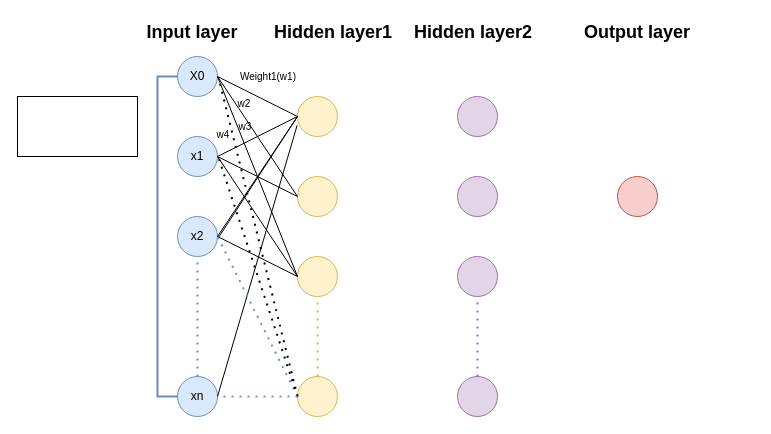
Above: Untitled Diagram.drawio in XuetingZhang/BiminghamWInnerSchool (draw.io), before the change. Source tidied: cells renumbered, new cells numbered last; positions are measured from the earlier drawing's top-left corner, leaving out a move shared by most shapes. Both pictures are drawn from the tidied source at 100%, with x=0, y=0 at pixel (17, 17).
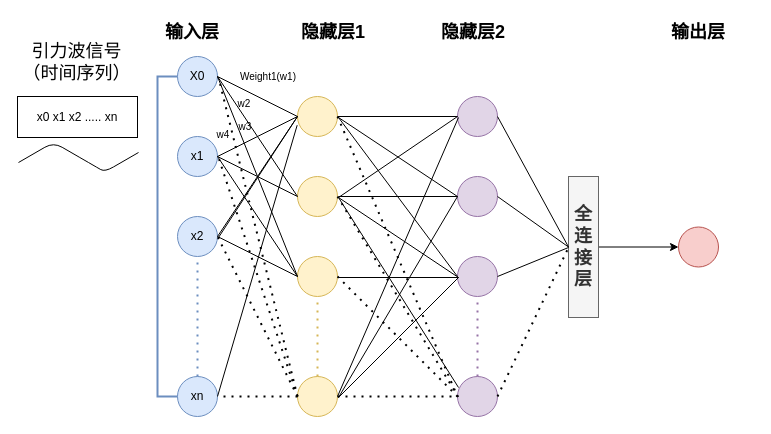
After the change.

The change refers to these unchanged cells:
```xml
<mxCell id="4" value="x2" style="ellipse;whiteSpace=wrap;html=1;fillColor=#dae8fc;strokeColor=#6c8ebf;" parent="1" vertex="1">
  <mxGeometry x="160" y="199" width="40" height="40" as="geometry" />
</mxCell>
<mxCell id="5" value="xn" style="ellipse;whiteSpace=wrap;html=1;fillColor=#dae8fc;strokeColor=#6c8ebf;" parent="1" vertex="1">
  <mxGeometry x="160" y="359" width="40" height="40" as="geometry" />
</mxCell>
<mxCell id="7" style="ellipse;whiteSpace=wrap;html=1;fillColor=#fff2cc;strokeColor=#d6b656;" parent="1" vertex="1">
  <mxGeometry x="280" y="159" width="40" height="40" as="geometry" />
</mxCell>
<mxCell id="8" style="ellipse;whiteSpace=wrap;html=1;fillColor=#fff2cc;strokeColor=#d6b656;" parent="1" vertex="1">
  <mxGeometry x="280" y="239" width="40" height="40" as="geometry" />
</mxCell>
<mxCell id="9" style="ellipse;whiteSpace=wrap;html=1;fillColor=#fff2cc;strokeColor=#d6b656;" parent="1" vertex="1">
  <mxGeometry x="280" y="359" width="40" height="40" as="geometry" />
</mxCell>
<mxCell id="10" style="ellipse;whiteSpace=wrap;html=1;fillColor=#e1d5e7;strokeColor=#9673a6;" parent="1" vertex="1">
  <mxGeometry x="440" y="159" width="40" height="40" as="geometry" />
</mxCell>
<mxCell id="11" style="ellipse;whiteSpace=wrap;html=1;fillColor=#e1d5e7;strokeColor=#9673a6;" parent="1" vertex="1">
  <mxGeometry x="440" y="239" width="40" height="40" as="geometry" />
</mxCell>
<mxCell id="12" style="ellipse;whiteSpace=wrap;html=1;fillColor=#e1d5e7;strokeColor=#9673a6;" parent="1" vertex="1">
  <mxGeometry x="440" y="359" width="40" height="40" as="geometry" />
</mxCell>
<mxCell id="13" style="ellipse;whiteSpace=wrap;html=1;fillColor=#e1d5e7;strokeColor=#9673a6;" parent="1" vertex="1">
  <mxGeometry x="440" y="79" width="40" height="40" as="geometry" />
</mxCell>
<mxCell id="14" style="ellipse;whiteSpace=wrap;html=1;fillColor=#fff2cc;strokeColor=#d6b656;" parent="1" vertex="1">
  <mxGeometry x="280" y="79" width="40" height="40" as="geometry" />
</mxCell>
```

The edit, as a diff of the source:
```diff
@@
     <mxCell id="17" style="ellipse;whiteSpace=wrap;html=1;fillColor=#f8cecc;strokeColor=#b85450;" parent="1" vertex="1">
-      <mxGeometry x="600" y="159" width="40" height="40" as="geometry" />
+      <mxGeometry x="661" y="209.5" width="40" height="40" as="geometry" />
     </mxCell>
-    <mxCell id="18" style="rounded=0;whiteSpace=wrap;html=1;shadow=0;glass=0;" parent="1" vertex="1">
-      <mxGeometry y="79" width="120" height="60" as="geometry" />
+    <mxCell id="18" value="x0 x1 x2 ..... xn" style="rounded=0;whiteSpace=wrap;html=1;shadow=0;glass=0;" parent="1" vertex="1">
+      <mxGeometry y="79" width="120" height="41" as="geometry" />
     </mxCell>
@@
-    <mxCell id="20" value="Input layer" style="text;html=1;strokeColor=none;fillColor=none;align=center;verticalAlign=middle;whiteSpace=wrap;rounded=0;shadow=0;glass=0;fontSize=18;fontStyle=1;" parent="1" vertex="1">
+    <mxCell id="20" value="输入层" style="text;html=1;strokeColor=none;fillColor=none;align=center;verticalAlign=middle;whiteSpace=wrap;rounded=0;shadow=0;glass=0;fontSize=18;fontStyle=1;" parent="1" vertex="1">
       <mxGeometry x="120" width="110" height="30" as="geometry" />
     </mxCell>
-    <mxCell id="21" value="Hidden layer1" style="text;html=1;strokeColor=none;fillColor=none;align=center;verticalAlign=middle;whiteSpace=wrap;rounded=0;shadow=0;glass=0;fontSize=18;fontStyle=1;" parent="1" vertex="1">
+    <mxCell id="21" value="隐藏层1" style="text;html=1;strokeColor=none;fillColor=none;align=center;verticalAlign=middle;whiteSpace=wrap;rounded=0;shadow=0;glass=0;fontSize=18;fontStyle=1;" parent="1" vertex="1">
       <mxGeometry x="251" width="130" height="30" as="geometry" />
     </mxCell>
-    <mxCell id="22" value="Hidden layer2" style="text;html=1;strokeColor=none;fillColor=none;align=center;verticalAlign=middle;whiteSpace=wrap;rounded=0;shadow=0;glass=0;fontSize=18;fontStyle=1;" parent="1" vertex="1">
+    <mxCell id="22" value="隐藏层2" style="text;html=1;strokeColor=none;fillColor=none;align=center;verticalAlign=middle;whiteSpace=wrap;rounded=0;shadow=0;glass=0;fontSize=18;fontStyle=1;" parent="1" vertex="1">
       <mxGeometry x="391" width="130" height="30" as="geometry" />
     </mxCell>
-    <mxCell id="23" value="Output layer" style="text;html=1;strokeColor=none;fillColor=none;align=center;verticalAlign=middle;whiteSpace=wrap;rounded=0;shadow=0;glass=0;fontSize=18;fontStyle=1;" parent="1" vertex="1">
-      <mxGeometry x="565" width="110" height="30" as="geometry" />
+    <mxCell id="23" value="输出层" style="text;html=1;strokeColor=none;fillColor=none;align=center;verticalAlign=middle;whiteSpace=wrap;rounded=0;shadow=0;glass=0;fontSize=18;fontStyle=1;" parent="1" vertex="1">
+      <mxGeometry x="626" width="110" height="30" as="geometry" />
     </mxCell>
@@
-    <mxCell id="31" style="endArrow=none;dashed=1;html=1;dashPattern=1 3;strokeWidth=2;fontSize=18;entryX=1;entryY=0.5;entryDx=0;entryDy=0;exitX=0;exitY=0.5;exitDx=0;exitDy=0;fillColor=#dae8fc;strokeColor=#6c8ebf;" parent="1" edge="1" source="9" target="4">
+    <mxCell id="31" style="endArrow=none;dashed=1;html=1;dashPattern=1 3;strokeWidth=2;fontSize=18;entryX=1;entryY=0.5;entryDx=0;entryDy=0;exitX=0;exitY=0.5;exitDx=0;exitDy=0;" parent="1" edge="1" source="9" target="4">
       <mxGeometry relative="1" as="geometry" />
     </mxCell>
@@
-    <mxCell id="37" style="endArrow=none;dashed=1;html=1;dashPattern=1 3;strokeWidth=2;fontSize=18;exitX=0;exitY=0.5;exitDx=0;exitDy=0;entryX=1;entryY=0.5;entryDx=0;entryDy=0;fillColor=#dae8fc;strokeColor=#6c8ebf;" parent="1" edge="1" source="9" target="5">
+    <mxCell id="37" style="endArrow=none;dashed=1;html=1;dashPattern=1 3;strokeWidth=2;fontSize=18;exitX=0;exitY=0.5;exitDx=0;exitDy=0;entryX=1;entryY=0.5;entryDx=0;entryDy=0;" parent="1" edge="1" source="9" target="5">
       <mxGeometry relative="1" as="geometry" />
     </mxCell>
@@
+    <mxCell id="42" style="edgeStyle=isometricEdgeStyle;endArrow=none;html=1;fontSize=10;" parent="1" edge="1">
+      <mxGeometry relative="1" as="geometry">
+        <mxPoint x="1" y="145" as="sourcePoint" />
+        <mxPoint x="121" y="135" as="targetPoint" />
+        <Array as="points">
+          <mxPoint x="71" y="145" />
+        </Array>
+      </mxGeometry>
+    </mxCell>
+    <mxCell id="43" value="&lt;font style=&quot;font-size: 18px&quot;&gt;引力波信号（时间序列）&lt;/font&gt;" style="text;html=1;strokeColor=none;fillColor=none;align=center;verticalAlign=middle;whiteSpace=wrap;rounded=0;shadow=0;glass=0;fontSize=10;" parent="1" vertex="1">
+      <mxGeometry y="20" width="119" height="49" as="geometry" />
+    </mxCell>
+    <mxCell id="44" style="endArrow=none;dashed=1;html=1;dashPattern=1 3;strokeWidth=2;fontSize=10;entryX=0;entryY=0.5;entryDx=0;entryDy=0;exitX=1;exitY=0.5;exitDx=0;exitDy=0;" parent="1" edge="1" source="14" target="12">
+      <mxGeometry relative="1" as="geometry" />
+    </mxCell>
+    <mxCell id="45" style="endArrow=none;dashed=1;html=1;dashPattern=1 3;strokeWidth=2;fontSize=10;exitX=1;exitY=0.5;exitDx=0;exitDy=0;" parent="1" edge="1" source="7">
+      <mxGeometry relative="1" as="geometry">
+        <mxPoint x="441" y="380" as="targetPoint" />
+      </mxGeometry>
+    </mxCell>
+    <mxCell id="46" style="endArrow=none;dashed=1;html=1;dashPattern=1 3;strokeWidth=2;fontSize=10;exitX=1;exitY=0.5;exitDx=0;exitDy=0;entryX=0;entryY=0.5;entryDx=0;entryDy=0;" parent="1" edge="1" source="8" target="12">
+      <mxGeometry relative="1" as="geometry" />
+    </mxCell>
+    <mxCell id="47" style="endArrow=none;dashed=1;html=1;dashPattern=1 3;strokeWidth=2;fontSize=10;exitX=1;exitY=0.5;exitDx=0;exitDy=0;entryX=0;entryY=0.5;entryDx=0;entryDy=0;" parent="1" edge="1" source="9" target="12">
+      <mxGeometry relative="1" as="geometry" />
+    </mxCell>
+    <mxCell id="48" style="endArrow=none;html=1;fontSize=10;entryX=0;entryY=0.5;entryDx=0;entryDy=0;exitX=1;exitY=0.5;exitDx=0;exitDy=0;" parent="1" edge="1" source="14" target="13">
+      <mxGeometry relative="1" as="geometry" />
+    </mxCell>
+    <mxCell id="49" style="endArrow=none;html=1;fontSize=10;entryX=0;entryY=0.5;entryDx=0;entryDy=0;" parent="1" edge="1" target="10">
+      <mxGeometry relative="1" as="geometry">
+        <mxPoint x="321" y="100" as="sourcePoint" />
+      </mxGeometry>
+    </mxCell>
+    <mxCell id="50" style="endArrow=none;html=1;fontSize=10;entryX=0;entryY=0.5;entryDx=0;entryDy=0;" parent="1" edge="1" target="11">
+      <mxGeometry relative="1" as="geometry">
+        <mxPoint x="321" y="100" as="sourcePoint" />
+      </mxGeometry>
+    </mxCell>
+    <mxCell id="51" style="endArrow=none;html=1;fontSize=10;entryX=0;entryY=0.5;entryDx=0;entryDy=0;" parent="1" edge="1" target="13">
+      <mxGeometry relative="1" as="geometry">
+        <mxPoint x="321" y="180" as="sourcePoint" />
+      </mxGeometry>
+    </mxCell>
+    <mxCell id="52" style="endArrow=none;html=1;fontSize=10;" parent="1" edge="1" target="10">
+      <mxGeometry relative="1" as="geometry">
+        <mxPoint x="321" y="179" as="sourcePoint" />
+      </mxGeometry>
+    </mxCell>
+    <mxCell id="53" style="endArrow=none;html=1;fontSize=10;" parent="1" edge="1">
+      <mxGeometry relative="1" as="geometry">
+        <mxPoint x="321" y="180" as="sourcePoint" />
+        <mxPoint x="441" y="260" as="targetPoint" />
+      </mxGeometry>
+    </mxCell>
+    <mxCell id="54" style="endArrow=none;html=1;fontSize=10;" parent="1" edge="1">
+      <mxGeometry relative="1" as="geometry">
+        <mxPoint x="321" y="180" as="sourcePoint" />
+        <mxPoint x="441" y="370" as="targetPoint" />
+      </mxGeometry>
+    </mxCell>
+    <mxCell id="55" style="endArrow=none;html=1;fontSize=10;" parent="1" edge="1">
+      <mxGeometry relative="1" as="geometry">
+        <mxPoint x="321" y="260" as="sourcePoint" />
+        <mxPoint x="441" y="260" as="targetPoint" />
+      </mxGeometry>
+    </mxCell>
+    <mxCell id="56" style="endArrow=none;html=1;fontSize=10;exitX=1;exitY=0.5;exitDx=0;exitDy=0;" parent="1" edge="1" source="9">
+      <mxGeometry relative="1" as="geometry">
+        <mxPoint x="441" y="100" as="targetPoint" />
+      </mxGeometry>
+    </mxCell>
+    <mxCell id="57" style="endArrow=none;html=1;fontSize=10;entryX=0;entryY=0.5;entryDx=0;entryDy=0;" parent="1" edge="1" target="10">
+      <mxGeometry relative="1" as="geometry">
+        <mxPoint x="321" y="380" as="sourcePoint" />
+      </mxGeometry>
+    </mxCell>
+    <mxCell id="58" style="endArrow=none;html=1;fontSize=10;" parent="1" edge="1">
+      <mxGeometry relative="1" as="geometry">
+        <mxPoint x="321" y="380" as="sourcePoint" />
+        <mxPoint x="441" y="260" as="targetPoint" />
+      </mxGeometry>
+    </mxCell>
+    <mxCell id="59" style="edgeStyle=orthogonalEdgeStyle;rounded=0;jettySize=auto;html=1;exitX=1;exitY=0.5;exitDx=0;exitDy=0;entryX=0;entryY=0.5;entryDx=0;entryDy=0;fontSize=10;" parent="1" edge="1" source="60" target="17">
+      <mxGeometry relative="1" as="geometry" />
+    </mxCell>
+    <mxCell id="60" value="&lt;span style=&quot;font-size: 18px&quot;&gt;全连接层&lt;/span&gt;" style="rounded=0;whiteSpace=wrap;html=1;shadow=0;glass=0;fontSize=10;fontStyle=1;fillColor=#f5f5f5;strokeColor=#666666;fontColor=#333333;" parent="1" vertex="1">
+      <mxGeometry x="551" y="159" width="30" height="141" as="geometry" />
+    </mxCell>
+    <mxCell id="61" style="endArrow=none;html=1;fontSize=10;entryX=1;entryY=0.5;entryDx=0;entryDy=0;exitX=0;exitY=0.5;exitDx=0;exitDy=0;" parent="1" edge="1" source="60" target="13">
+      <mxGeometry relative="1" as="geometry" />
+    </mxCell>
+    <mxCell id="62" style="endArrow=none;html=1;fontSize=10;entryX=1;entryY=0.5;entryDx=0;entryDy=0;exitX=0;exitY=0.5;exitDx=0;exitDy=0;" parent="1" edge="1" source="60" target="10">
+      <mxGeometry relative="1" as="geometry" />
+    </mxCell>
+    <mxCell id="63" style="endArrow=none;html=1;fontSize=10;exitX=1;exitY=0.5;exitDx=0;exitDy=0;" parent="1" edge="1" source="11">
+      <mxGeometry relative="1" as="geometry">
+        <mxPoint x="551" y="230" as="targetPoint" />
+      </mxGeometry>
+    </mxCell>
+    <mxCell id="64" style="endArrow=none;dashed=1;html=1;dashPattern=1 3;strokeWidth=2;fontSize=10;exitX=1;exitY=0.5;exitDx=0;exitDy=0;" parent="1" edge="1" source="12">
+      <mxGeometry relative="1" as="geometry">
+        <mxPoint x="551" y="230" as="targetPoint" />
+      </mxGeometry>
+    </mxCell>
```
